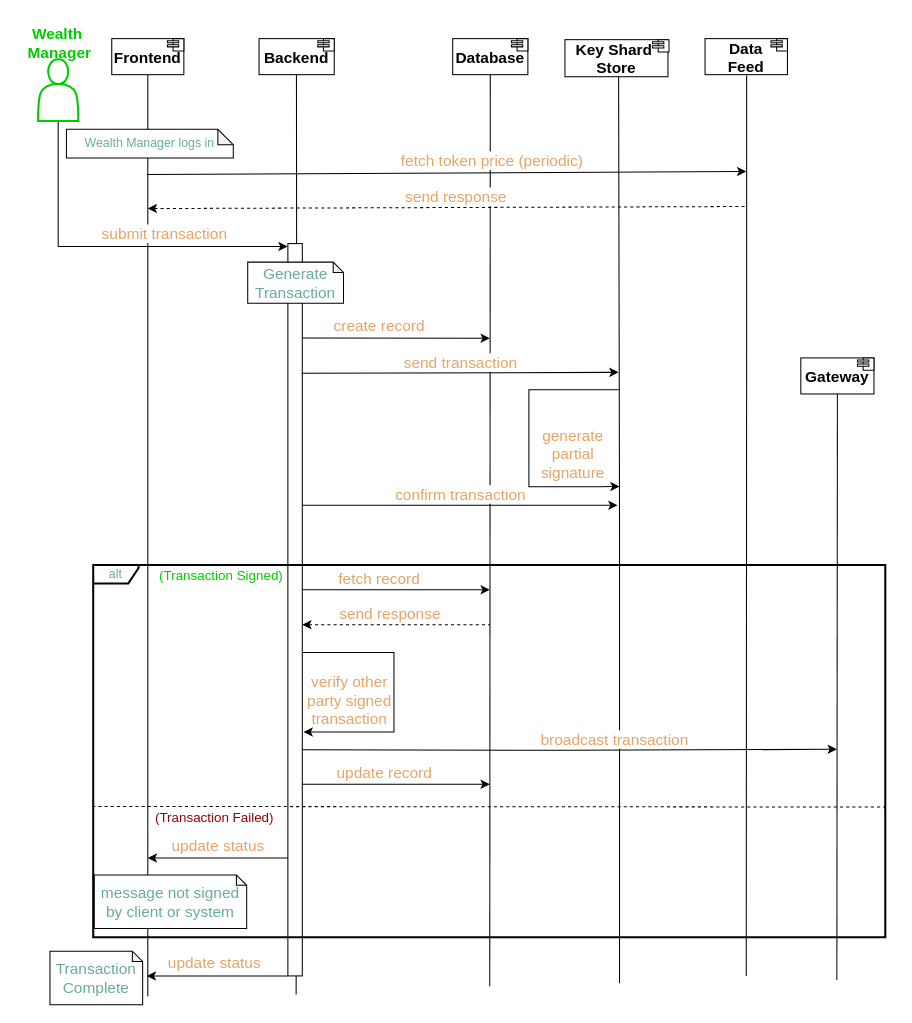
Before: page "txn" (1 of 13) of drawio-diagrams/wallet_architecture.drawio in dlt-science/crypto-mpc-wallet-bloom, a draw.io diagram. Source tidied: cells renumbered, new cells numbered last; positions are measured from the earlier drawing's top-left corner, leaving out a move shared by most shapes. Both pictures are drawn from the tidied source at 103%, with x=0, y=0 at pixel (18, 18).
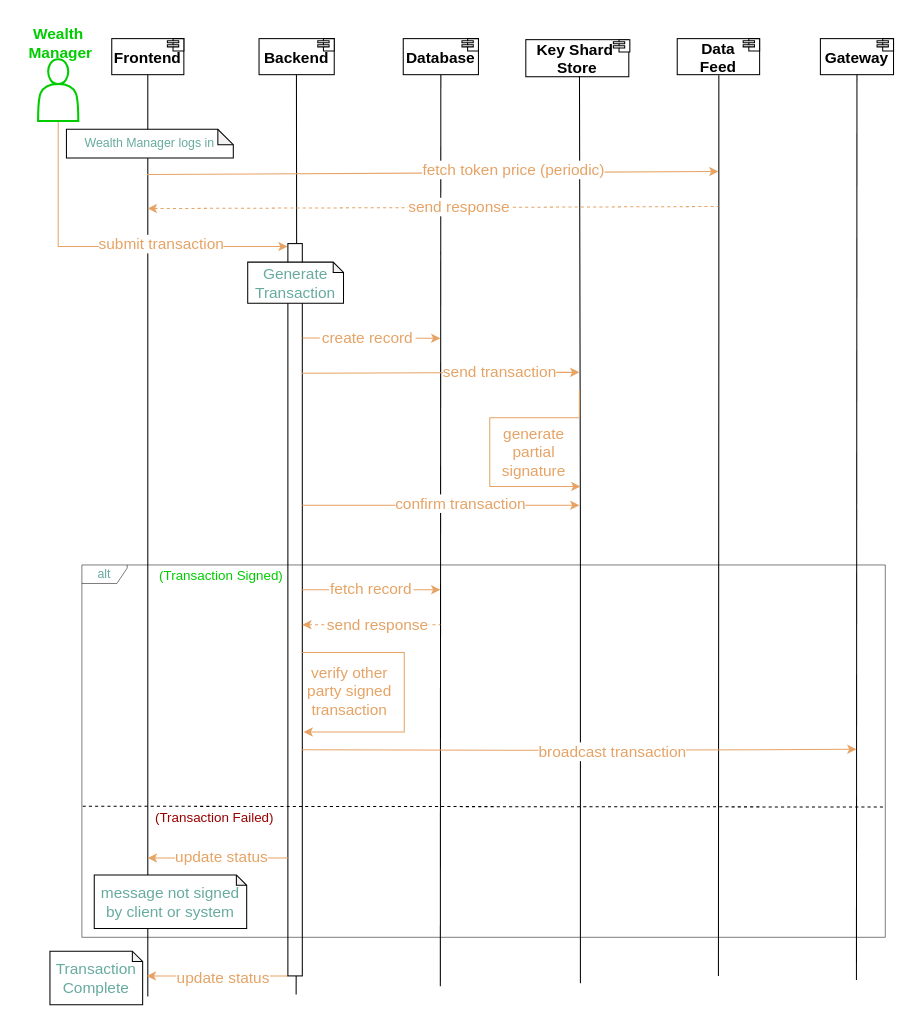
Above is the later version.

The change refers to these unchanged cells:
```xml
<mxCell id="20" style="rounded=0;whiteSpace=wrap;html=1;" parent="1" vertex="1">
  <mxGeometry x="262" y="219" width="14" height="711" as="geometry" />
</mxCell>
```

What changed in the source:
```diff
@@
     <mxCell id="2" value="&lt;div&gt;&lt;span style=&quot;font-size: 15px; background-color: initial;&quot;&gt;&lt;b&gt;Key Shard&amp;nbsp;&lt;/b&gt;&lt;/span&gt;&lt;/div&gt;&lt;div&gt;&lt;span style=&quot;font-size: 15px; background-color: initial;&quot;&gt;&lt;b&gt;Store&lt;/b&gt;&lt;/span&gt;&lt;/div&gt;" style="rounded=0;whiteSpace=wrap;html=1;" parent="1" vertex="1">
-      <mxGeometry x="531" y="21" width="100" height="36" as="geometry" />
+      <mxGeometry x="493" y="21" width="100" height="36" as="geometry" />
     </mxCell>
     <mxCell id="3" value="&lt;font style=&quot;font-size: 15px;&quot;&gt;&lt;b style=&quot;&quot;&gt;Gateway&lt;/b&gt;&lt;/font&gt;" style="rounded=0;whiteSpace=wrap;html=1;" parent="1" vertex="1">
-      <mxGeometry x="760" y="330" width="71" height="35" as="geometry" />
+      <mxGeometry x="779" y="20" width="71" height="35" as="geometry" />
     </mxCell>
     <mxCell id="4" value="&lt;span style=&quot;font-size: 15px;&quot;&gt;&lt;b&gt;Data&lt;/b&gt;&lt;/span&gt;&lt;div&gt;&lt;span style=&quot;font-size: 15px;&quot;&gt;&lt;b&gt;Feed&lt;/b&gt;&lt;/span&gt;&lt;/div&gt;" style="rounded=0;whiteSpace=wrap;html=1;" parent="1" vertex="1">
-      <mxGeometry x="667" y="20" width="80" height="35" as="geometry" />
+      <mxGeometry x="640" y="20" width="80" height="35" as="geometry" />
     </mxCell>
@@
     <mxCell id="9" style="edgeStyle=orthogonalEdgeStyle;rounded=0;jettySize=auto;html=1;exitX=0.5;exitY=1;exitDx=0;exitDy=0;endArrow=none;endFill=0;" parent="1" edge="1" source="55">
       <mxGeometry relative="1" as="geometry">
-        <mxPoint x="458" y="940" as="targetPoint" />
+        <mxPoint x="410" y="940" as="targetPoint" />
       </mxGeometry>
     </mxCell>
     <mxCell id="10" style="edgeStyle=orthogonalEdgeStyle;rounded=0;orthogonalLoop=1;jettySize=auto;html=1;endArrow=none;endFill=0;exitX=0.441;exitY=0.989;exitDx=0;exitDy=0;exitPerimeter=0;" parent="1" edge="1">
       <mxGeometry relative="1" as="geometry">
-        <mxPoint x="583.1" y="56.6" as="sourcePoint" />
-        <mxPoint x="584" y="937" as="targetPoint" />
+        <mxPoint x="545.1" y="56.6" as="sourcePoint" />
+        <mxPoint x="546" y="937" as="targetPoint" />
         <Array as="points">
-          <mxPoint x="583" y="501" />
-          <mxPoint x="583" y="501" />
-          <mxPoint x="583" y="937" />
+          <mxPoint x="545" y="501" />
+          <mxPoint x="545" y="501" />
+          <mxPoint x="545" y="937" />
         </Array>
       </mxGeometry>
     </mxCell>
     <mxCell id="11" style="edgeStyle=orthogonalEdgeStyle;rounded=0;jettySize=auto;html=1;endArrow=none;endFill=0;exitX=0.5;exitY=1;exitDx=0;exitDy=0;" parent="1" edge="1" source="3">
       <mxGeometry relative="1" as="geometry">
-        <mxPoint x="795" y="934" as="targetPoint" />
+        <mxPoint x="814" y="934" as="targetPoint" />
       </mxGeometry>
     </mxCell>
     <mxCell id="12" style="edgeStyle=orthogonalEdgeStyle;rounded=0;jettySize=auto;html=1;endArrow=none;endFill=0;exitX=0.505;exitY=1.017;exitDx=0;exitDy=0;exitPerimeter=0;" parent="1" edge="1" source="4">
       <mxGeometry relative="1" as="geometry">
-        <mxPoint x="707" y="930" as="targetPoint" />
+        <mxPoint x="680" y="930" as="targetPoint" />
         <Array as="points">
-          <mxPoint x="707" y="312" />
-          <mxPoint x="707" y="312" />
+          <mxPoint x="680" y="312" />
+          <mxPoint x="680" y="312" />
         </Array>
       </mxGeometry>
     </mxCell>
-    <mxCell id="13" style="endArrow=classic;html=1;rounded=0;" parent="1" edge="1">
+    <mxCell id="13" style="endArrow=classic;html=1;rounded=0;strokeColor=#E6A365;" parent="1" edge="1">
       <mxGeometry relative="1" as="geometry">
         <mxPoint x="125" y="152" as="sourcePoint" />
-        <mxPoint x="707" y="149" as="targetPoint" />
+        <mxPoint x="680" y="149" as="targetPoint" />
       </mxGeometry>
     </mxCell>
     <mxCell id="14" value="&lt;font style=&quot;font-size: 15px;&quot; color=&quot;#e6a365&quot;&gt;fetch token price (periodic)&lt;/font&gt;" style="text;html=1;align=center;verticalAlign=middle;strokeColor=none;fillColor=none;labelBackgroundColor=default;" parent="1" vertex="1">
-      <mxGeometry x="362" y="123" width="195" height="30" as="geometry" />
+      <mxGeometry x="383" y="132" width="195" height="30" as="geometry" />
     </mxCell>
-    <mxCell id="15" value="&lt;font style=&quot;font-size: 15px;&quot; color=&quot;#e6a365&quot;&gt;send response&lt;/font&gt;" style="text;html=1;align=center;verticalAlign=middle;strokeColor=none;fillColor=none;labelBackgroundColor=default;" parent="1" vertex="1">
-      <mxGeometry x="367" y="158" width="116" height="30" as="geometry" />
-    </mxCell>
-    <mxCell id="16" style="endArrow=none;html=1;rounded=0;startArrow=classic;startFill=1;endFill=0;dashed=1;" parent="1" edge="1">
+    <mxCell id="16" style="endArrow=none;html=1;rounded=0;startArrow=classic;startFill=1;endFill=0;dashed=1;strokeColor=#E6A365;" parent="1" edge="1">
       <mxGeometry relative="1" as="geometry">
         <mxPoint x="126" y="185" as="sourcePoint" />
-        <mxPoint x="706" y="183" as="targetPoint" />
+        <mxPoint x="680" y="183" as="targetPoint" />
       </mxGeometry>
     </mxCell>
+    <mxCell id="59" value="&lt;span style=&quot;color: rgb(230, 163, 101); font-size: 15px;&quot;&gt;send response&lt;/span&gt;" style="edgeLabel;html=1;align=center;verticalAlign=middle;" parent="16" vertex="1">
+      <mxGeometry x="0.09" y="1" relative="1" as="geometry" />
+    </mxCell>
@@
-    <mxCell id="18" style="edgeStyle=orthogonalEdgeStyle;rounded=0;jettySize=auto;html=1;entryX=-0.021;entryY=0.004;entryDx=0;entryDy=0;entryPerimeter=0;" parent="1" edge="1" target="20">
+    <mxCell id="18" style="edgeStyle=orthogonalEdgeStyle;rounded=0;jettySize=auto;html=1;entryX=-0.021;entryY=0.004;entryDx=0;entryDy=0;entryPerimeter=0;strokeColor=#E6A365;" parent="1" edge="1" target="20">
       <mxGeometry relative="1" as="geometry">
         <mxPoint x="39" y="100" as="sourcePoint" />
         <Array as="points">
           <mxPoint x="39" y="221" />
           <mxPoint x="262" y="221" />
         </Array>
       </mxGeometry>
     </mxCell>
-    <mxCell id="19" style="edgeStyle=orthogonalEdgeStyle;rounded=0;jettySize=auto;html=1;exitX=0;exitY=1;exitDx=0;exitDy=0;entryX=1;entryY=0.5;entryDx=0;entryDy=0;" parent="1" edge="1" source="20">
+    <mxCell id="19" style="edgeStyle=orthogonalEdgeStyle;rounded=0;jettySize=auto;html=1;exitX=0;exitY=1;exitDx=0;exitDy=0;entryX=1;entryY=0.5;entryDx=0;entryDy=0;strokeColor=#E6A365;" parent="1" edge="1" source="20">
       <mxGeometry relative="1" as="geometry">
         <mxPoint x="125" y="930" as="targetPoint" />
         <Array as="points">
           <mxPoint x="222" y="930" />
           <mxPoint x="222" y="930" />
         </Array>
       </mxGeometry>
     </mxCell>
+    <mxCell id="40" value="&lt;font style=&quot;color: rgb(230, 163, 101); text-wrap-mode: wrap; font-size: 15px;&quot;&gt;update&amp;nbsp;&lt;/font&gt;&lt;span style=&quot;color: rgb(230, 163, 101); text-wrap-mode: wrap; font-size: 15px;&quot;&gt;status&lt;/span&gt;" style="edgeLabel;html=1;align=center;verticalAlign=middle;" parent="19" vertex="1">
+      <mxGeometry x="-0.07" relative="1" as="geometry" />
+    </mxCell>
@@
     <mxCell id="22" value="&lt;font color=&quot;#e6a365&quot;&gt;&lt;font style=&quot;font-size: 15px;&quot;&gt;submit transaction&lt;/font&gt;&lt;/font&gt;" style="text;html=1;align=center;verticalAlign=middle;strokeColor=none;fillColor=none;labelBackgroundColor=default;" parent="1" vertex="1">
-      <mxGeometry x="72" y="194" width="140" height="30" as="geometry" />
+      <mxGeometry x="69" y="204" width="140" height="30" as="geometry" />
     </mxCell>
-    <mxCell id="23" style="endArrow=classic;html=1;rounded=0;exitX=1.023;exitY=0.129;exitDx=0;exitDy=0;exitPerimeter=0;" parent="1" edge="1" source="20">
+    <mxCell id="23" style="endArrow=classic;html=1;rounded=0;exitX=1.023;exitY=0.129;exitDx=0;exitDy=0;exitPerimeter=0;strokeColor=#E6A365;" parent="1" edge="1" source="20">
       <mxGeometry relative="1" as="geometry">
-        <mxPoint x="458" y="311" as="targetPoint" />
+        <mxPoint x="410" y="311" as="targetPoint" />
       </mxGeometry>
     </mxCell>
-    <mxCell id="24" value="&lt;font color=&quot;#e6a365&quot; style=&quot;font-size: 15px;&quot;&gt;create record&lt;/font&gt;" style="text;html=1;align=center;verticalAlign=middle;whiteSpace=wrap;rounded=0;" parent="1" vertex="1">
-      <mxGeometry x="298" y="283" width="106" height="30" as="geometry" />
-    </mxCell>
-    <mxCell id="25" style="endArrow=classic;html=1;rounded=0;exitX=0.977;exitY=0.177;exitDx=0;exitDy=0;exitPerimeter=0;" parent="1" edge="1" source="20">
+    <mxCell id="25" style="endArrow=classic;html=1;rounded=0;exitX=0.977;exitY=0.177;exitDx=0;exitDy=0;exitPerimeter=0;strokeColor=#E6A365;" parent="1" edge="1" source="20">
       <mxGeometry relative="1" as="geometry">
-        <mxPoint x="583" y="344" as="targetPoint" />
+        <mxPoint x="545" y="344" as="targetPoint" />
       </mxGeometry>
     </mxCell>
     <mxCell id="26" value="&lt;font color=&quot;#e6a365&quot; style=&quot;font-size: 15px;&quot;&gt;send transaction&lt;/font&gt;" style="text;html=1;align=center;verticalAlign=middle;whiteSpace=wrap;rounded=0;labelBackgroundColor=default;" parent="1" vertex="1">
-      <mxGeometry x="370" y="319" width="120" height="30" as="geometry" />
+      <mxGeometry x="408" y="328" width="120" height="30" as="geometry" />
     </mxCell>
-    <mxCell id="27" style="edgeStyle=orthogonalEdgeStyle;rounded=0;orthogonalLoop=1;jettySize=auto;html=1;entryX=0.008;entryY=0.857;entryDx=0;entryDy=0;entryPerimeter=0;" parent="1" edge="1">
+    <mxCell id="27" style="edgeStyle=orthogonalEdgeStyle;rounded=0;orthogonalLoop=1;jettySize=auto;html=1;entryX=0.008;entryY=0.857;entryDx=0;entryDy=0;entryPerimeter=0;strokeColor=#E6A365;" parent="1" edge="1">
       <mxGeometry relative="1" as="geometry">
-        <mxPoint x="583" y="361" as="sourcePoint" />
-        <mxPoint x="584" y="454.8" as="targetPoint" />
+        <mxPoint x="545" y="361" as="sourcePoint" />
+        <mxPoint x="546" y="454.8" as="targetPoint" />
         <Array as="points">
-          <mxPoint x="496" y="361" />
-          <mxPoint x="496" y="455" />
-          <mxPoint x="563" y="455" />
+          <mxPoint x="545" y="388" />
+          <mxPoint x="458" y="388" />
+          <mxPoint x="458" y="455" />
         </Array>
       </mxGeometry>
     </mxCell>
     <mxCell id="28" value="&lt;font color=&quot;#e6a365&quot; style=&quot;font-size: 15px;&quot;&gt;generate&lt;/font&gt;&lt;div style=&quot;font-size: 15px;&quot;&gt;&lt;font color=&quot;#e6a365&quot; style=&quot;font-size: 15px;&quot;&gt;partial&lt;/font&gt;&lt;/div&gt;&lt;div style=&quot;font-size: 15px;&quot;&gt;&lt;font color=&quot;#e6a365&quot; style=&quot;font-size: 15px;&quot;&gt;signature&lt;/font&gt;&lt;/div&gt;" style="text;html=1;align=center;verticalAlign=middle;whiteSpace=wrap;rounded=0;labelBackgroundColor=default;" parent="1" vertex="1">
-      <mxGeometry x="486" y="408" width="106" height="30" as="geometry" />
+      <mxGeometry x="448" y="406" width="106" height="30" as="geometry" />
     </mxCell>
@@
-    <mxCell id="30" style="endArrow=classic;html=1;rounded=0;exitX=1.023;exitY=0.129;exitDx=0;exitDy=0;exitPerimeter=0;" parent="1" edge="1">
+    <mxCell id="30" style="endArrow=classic;html=1;rounded=0;exitX=1.023;exitY=0.129;exitDx=0;exitDy=0;exitPerimeter=0;strokeColor=#E6A365;" parent="1" edge="1">
       <mxGeometry relative="1" as="geometry">
         <mxPoint x="276" y="555" as="sourcePoint" />
-        <mxPoint x="458" y="555" as="targetPoint" />
+        <mxPoint x="410" y="555" as="targetPoint" />
       </mxGeometry>
     </mxCell>
-    <mxCell id="31" value="&lt;font color=&quot;#e6a365&quot; style=&quot;font-size: 15px;&quot;&gt;fetch record&lt;/font&gt;" style="text;html=1;align=center;verticalAlign=middle;whiteSpace=wrap;rounded=0;" parent="1" vertex="1">
-      <mxGeometry x="298" y="529" width="106" height="30" as="geometry" />
-    </mxCell>
-    <mxCell id="32" style="endArrow=classic;html=1;rounded=0;exitX=1.023;exitY=0.129;exitDx=0;exitDy=0;exitPerimeter=0;" parent="1" edge="1">
-      <mxGeometry relative="1" as="geometry">
-        <mxPoint x="276" y="744" as="sourcePoint" />
-        <mxPoint x="458" y="744" as="targetPoint" />
-      </mxGeometry>
-    </mxCell>
-    <mxCell id="33" value="&lt;font color=&quot;#e6a365&quot; style=&quot;font-size: 15px;&quot;&gt;update record&lt;/font&gt;" style="text;html=1;align=center;verticalAlign=middle;whiteSpace=wrap;rounded=0;" parent="1" vertex="1">
-      <mxGeometry x="303" y="717" width="106" height="30" as="geometry" />
-    </mxCell>
-    <mxCell id="34" style="endArrow=none;html=1;rounded=0;exitX=1.023;exitY=0.129;exitDx=0;exitDy=0;exitPerimeter=0;startArrow=classic;startFill=1;endFill=0;dashed=1;" parent="1" edge="1">
+    <mxCell id="34" style="endArrow=none;html=1;rounded=0;exitX=1.023;exitY=0.129;exitDx=0;exitDy=0;exitPerimeter=0;startArrow=classic;startFill=1;endFill=0;dashed=1;strokeColor=#E6A365;" parent="1" edge="1">
       <mxGeometry relative="1" as="geometry">
         <mxPoint x="276" y="589" as="sourcePoint" />
-        <mxPoint x="458" y="589" as="targetPoint" />
+        <mxPoint x="410" y="589" as="targetPoint" />
       </mxGeometry>
     </mxCell>
+    <mxCell id="60" value="&lt;span style=&quot;color: rgb(230, 163, 101); font-size: 15px; background-color: rgb(255, 255, 255);&quot;&gt;send response&lt;/span&gt;" style="edgeLabel;html=1;align=center;verticalAlign=middle;" parent="34" vertex="1">
+      <mxGeometry x="-0.13" y="3" relative="1" as="geometry">
+        <mxPoint x="14" y="2" as="offset" />
+      </mxGeometry>
+    </mxCell>
-    <mxCell id="35" style="edgeStyle=orthogonalEdgeStyle;rounded=0;jettySize=auto;html=1;entryX=1.089;entryY=0.667;entryDx=0;entryDy=0;entryPerimeter=0;" parent="1" edge="1" target="20">
+    <mxCell id="35" style="edgeStyle=orthogonalEdgeStyle;rounded=0;jettySize=auto;html=1;entryX=1.089;entryY=0.667;entryDx=0;entryDy=0;entryPerimeter=0;strokeColor=#E6A365;" parent="1" edge="1" target="20">
       <mxGeometry relative="1" as="geometry">
         <mxPoint x="276" y="616" as="sourcePoint" />
         <Array as="points">
-          <mxPoint x="365" y="616" />
-          <mxPoint x="365" y="693" />
+          <mxPoint x="375" y="616" />
+          <mxPoint x="375" y="693" />
         </Array>
       </mxGeometry>
     </mxCell>
     <mxCell id="36" value="&lt;font color=&quot;#e6a365&quot; style=&quot;font-size: 15px;&quot;&gt;verify other party signed transaction&lt;/font&gt;" style="text;html=1;align=center;verticalAlign=middle;whiteSpace=wrap;rounded=0;" parent="1" vertex="1">
-      <mxGeometry x="269" y="647" width="106" height="30" as="geometry" />
+      <mxGeometry x="269" y="638" width="106" height="30" as="geometry" />
     </mxCell>
-    <mxCell id="37" style="edgeStyle=orthogonalEdgeStyle;rounded=0;orthogonalLoop=1;jettySize=auto;html=1;exitX=1;exitY=0.5;exitDx=0;exitDy=0;" parent="1" edge="1">
+    <mxCell id="37" style="edgeStyle=orthogonalEdgeStyle;rounded=0;orthogonalLoop=1;jettySize=auto;html=1;exitX=1;exitY=0.5;exitDx=0;exitDy=0;strokeColor=#E6A365;" parent="1" edge="1">
       <mxGeometry relative="1" as="geometry">
         <mxPoint x="276" y="710.5" as="sourcePoint" />
-        <mxPoint x="795" y="710" as="targetPoint" />
+        <mxPoint x="814" y="710" as="targetPoint" />
       </mxGeometry>
     </mxCell>
-    <mxCell id="38" style="edgeStyle=orthogonalEdgeStyle;rounded=0;orthogonalLoop=1;jettySize=auto;html=1;entryX=1;entryY=0.5;entryDx=0;entryDy=0;" parent="1" edge="1">
+    <mxCell id="38" style="edgeStyle=orthogonalEdgeStyle;rounded=0;orthogonalLoop=1;jettySize=auto;html=1;entryX=1;entryY=0.5;entryDx=0;entryDy=0;strokeColor=#E6A365;" parent="1" edge="1">
       <mxGeometry relative="1" as="geometry">
         <mxPoint x="262" y="815.5" as="sourcePoint" />
         <mxPoint x="126" y="815.5" as="targetPoint" />
       </mxGeometry>
     </mxCell>
     <mxCell id="39" value="&lt;font color=&quot;#e6a365&quot;&gt;&lt;font style=&quot;font-size: 15px;&quot;&gt;update&amp;nbsp;&lt;/font&gt;&lt;span style=&quot;font-size: 15px;&quot;&gt;status&lt;/span&gt;&lt;/font&gt;" style="text;html=1;align=center;verticalAlign=middle;whiteSpace=wrap;rounded=0;labelBackgroundColor=default;" parent="1" vertex="1">
-      <mxGeometry x="132" y="788" width="125" height="30" as="geometry" />
+      <mxGeometry x="151" y="807" width="94" height="14" as="geometry" />
     </mxCell>
-    <mxCell id="40" value="&lt;font color=&quot;#e6a365&quot;&gt;&lt;font style=&quot;font-size: 15px;&quot;&gt;update&amp;nbsp;&lt;/font&gt;&lt;span style=&quot;font-size: 15px; background-color: initial;&quot;&gt;status&lt;/span&gt;&lt;/font&gt;" style="text;html=1;align=center;verticalAlign=middle;whiteSpace=wrap;rounded=0;" parent="1" vertex="1">
-      <mxGeometry x="129" y="902" width="124" height="30" as="geometry" />
-    </mxCell>
-    <mxCell id="41" value="&lt;font color=&quot;#e6a365&quot; style=&quot;font-size: 15px;&quot;&gt;broadcast transaction&lt;/font&gt;" style="text;html=1;align=center;verticalAlign=middle;whiteSpace=wrap;rounded=0;labelBackgroundColor=default;" parent="1" vertex="1">
-      <mxGeometry x="504" y="685" width="151" height="30" as="geometry" />
+    <mxCell id="41" value="&lt;font color=&quot;#e6a365&quot; style=&quot;font-size: 15px; background-color: rgb(255, 255, 255);&quot;&gt;broadcast transaction&lt;/font&gt;" style="text;html=1;align=center;verticalAlign=middle;whiteSpace=wrap;rounded=0;labelBackgroundColor=default;" parent="1" vertex="1">
+      <mxGeometry x="504" y="700.2" width="147" height="23" as="geometry" />
     </mxCell>
@@
-    <mxCell id="44" value="&lt;font color=&quot;#67ab9f&quot;&gt;alt&lt;/font&gt;" style="shape=umlFrame;whiteSpace=wrap;html=1;width=44;height=18;strokeWidth=2;" parent="1" vertex="1">
-      <mxGeometry x="73" y="531" width="769" height="361.5" as="geometry" />
+    <mxCell id="44" value="&lt;font color=&quot;#67ab9f&quot;&gt;alt&lt;/font&gt;" style="shape=umlFrame;whiteSpace=wrap;html=1;width=44;height=18;strokeWidth=0.5;" parent="1" vertex="1">
+      <mxGeometry x="62" y="531" width="780" height="361.5" as="geometry" />
     </mxCell>
-    <mxCell id="45" style="edgeStyle=orthogonalEdgeStyle;rounded=0;jettySize=auto;html=1;entryX=1;entryY=0.675;entryDx=0;entryDy=0;entryPerimeter=0;endArrow=none;endFill=0;dashed=1;" parent="1" edge="1" target="44">
+    <mxCell id="45" style="edgeStyle=orthogonalEdgeStyle;rounded=0;jettySize=auto;html=1;endArrow=none;endFill=0;dashed=1;exitX=0.001;exitY=0.648;exitDx=0;exitDy=0;exitPerimeter=0;" parent="1" edge="1" source="44">
       <mxGeometry relative="1" as="geometry">
-        <mxPoint x="72" y="765.5" as="sourcePoint" />
+        <mxPoint x="842" y="766" as="targetPoint" />
         <Array as="points">
-          <mxPoint x="92" y="766" />
-          <mxPoint x="690" y="766" />
+          <mxPoint x="92" y="765" />
+          <mxPoint x="842" y="766" />
         </Array>
       </mxGeometry>
     </mxCell>
-    <mxCell id="46" value="&lt;font color=&quot;#00cc00&quot; style=&quot;font-size: 15px;&quot;&gt;&lt;b style=&quot;&quot;&gt;Wealth&amp;nbsp;&lt;/b&gt;&lt;/font&gt;&lt;div style=&quot;font-size: 15px;&quot;&gt;&lt;font color=&quot;#00cc00&quot; style=&quot;font-size: 15px;&quot;&gt;&lt;b style=&quot;&quot;&gt;Manager&lt;/b&gt;&lt;/font&gt;&lt;/div&gt;" style="text;html=1;align=center;verticalAlign=middle;strokeColor=none;fillColor=none;" parent="1" vertex="1">
-      <mxGeometry x="-0.5" width="80" height="48" as="geometry" />
+    <mxCell id="46" value="&lt;font color=&quot;#00cc00&quot; style=&quot;font-size: 15px;&quot;&gt;&lt;b&gt;Wealth&amp;nbsp;&lt;/b&gt;&lt;/font&gt;&lt;div style=&quot;font-size: 15px;&quot;&gt;&lt;font color=&quot;#00cc00&quot; style=&quot;font-size: 15px;&quot;&gt;&lt;b&gt;Manager&lt;/b&gt;&lt;/font&gt;&lt;/div&gt;" style="text;html=1;align=center;verticalAlign=middle;strokeColor=none;fillColor=none;" parent="1" vertex="1">
+      <mxGeometry x="0.5" width="80" height="48" as="geometry" />
     </mxCell>
-    <mxCell id="47" style="edgeStyle=orthogonalEdgeStyle;rounded=0;orthogonalLoop=1;jettySize=auto;html=1;" parent="1" edge="1">
+    <mxCell id="47" style="edgeStyle=orthogonalEdgeStyle;rounded=0;orthogonalLoop=1;jettySize=auto;html=1;strokeColor=#E6A365;" parent="1" edge="1">
       <mxGeometry relative="1" as="geometry">
         <mxPoint x="277" y="473" as="sourcePoint" />
-        <mxPoint x="582" y="473" as="targetPoint" />
+        <mxPoint x="545" y="473" as="targetPoint" />
         <Array as="points">
           <mxPoint x="276" y="473" />
         </Array>
       </mxGeometry>
     </mxCell>
     <mxCell id="48" value="&lt;font color=&quot;#e6a365&quot; style=&quot;font-size: 15px;&quot;&gt;confirm transaction&lt;/font&gt;" style="text;html=1;align=center;verticalAlign=middle;whiteSpace=wrap;rounded=0;labelBackgroundColor=default;" parent="1" vertex="1">
-      <mxGeometry x="356" y="447" width="148" height="30" as="geometry" />
+      <mxGeometry x="356" y="456" width="148" height="30" as="geometry" />
     </mxCell>
@@
     <mxCell id="50" style="shape=module;jettyWidth=11;jettyHeight=2;" parent="1" vertex="1">
-      <mxGeometry x="616" y="21" width="16" height="12" as="geometry" />
+      <mxGeometry x="578" y="21" width="16" height="12" as="geometry" />
     </mxCell>
     <mxCell id="51" style="shape=module;jettyWidth=11;jettyHeight=2;" parent="1" vertex="1">
-      <mxGeometry x="815" y="330" width="16" height="12" as="geometry" />
+      <mxGeometry x="834" y="20" width="16" height="12" as="geometry" />
     </mxCell>
     <mxCell id="52" style="shape=module;jettyWidth=11;jettyHeight=2;" parent="1" vertex="1">
-      <mxGeometry x="731" y="20" width="16" height="12" as="geometry" />
+      <mxGeometry x="704" y="20" width="16" height="12" as="geometry" />
     </mxCell>
@@
     <mxCell id="55" value="&lt;font style=&quot;font-size: 15px;&quot;&gt;&lt;b style=&quot;&quot;&gt;Database&lt;/b&gt;&lt;/font&gt;" style="rounded=0;whiteSpace=wrap;html=1;" parent="1" vertex="1">
-      <mxGeometry x="422" y="20" width="73" height="35" as="geometry" />
+      <mxGeometry x="374" y="20" width="73" height="35" as="geometry" />
     </mxCell>
     <mxCell id="56" style="shape=module;jettyWidth=11;jettyHeight=2;" parent="1" vertex="1">
-      <mxGeometry x="479" y="20" width="16" height="12" as="geometry" />
+      <mxGeometry x="431" y="20" width="16" height="12" as="geometry" />
     </mxCell>
@@
-    <mxCell id="58" value="&lt;font color=&quot;#e6a365&quot; style=&quot;font-size: 15px;&quot;&gt;send response&lt;/font&gt;" style="text;html=1;align=center;verticalAlign=middle;strokeColor=none;fillColor=none;" parent="1" vertex="1">
-      <mxGeometry x="303" y="562.5" width="116" height="30" as="geometry" />
-    </mxCell>
+    <mxCell id="24" value="&lt;span style=&quot;color: rgb(230, 163, 101); font-size: 15px;&quot;&gt;create record&lt;/span&gt;" style="rounded=0;whiteSpace=wrap;html=1;strokeColor=none;" parent="1" vertex="1">
+      <mxGeometry x="293" y="299" width="93" height="22" as="geometry" />
+    </mxCell>
+    <mxCell id="31" value="&lt;span style=&quot;color: rgb(230, 163, 101); font-size: 15px;&quot;&gt;fetch record&lt;/span&gt;" style="rounded=0;whiteSpace=wrap;html=1;strokeColor=none;" parent="1" vertex="1">
+      <mxGeometry x="302" y="543" width="82" height="22" as="geometry" />
+    </mxCell>
```
